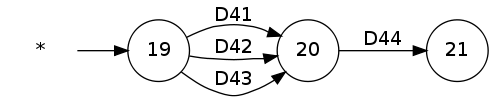
The Graphviz diagram Trabajos/T3/img/grafo_inicial_pruebas.png in srug86/pgsiesi, before a commit. Its source is kept beside it as Trabajos/T3/img/grafo_inicial_pruebas.dot. Source of this version:
```dot
digraph grafo_inicial {
	rankdir = LR;
	"*" [shape=plaintext]
	node [shape = circle];
	"*" -> 19;
	19 -> 20 [label = "D41"];
	19 -> 20 [label = "D42"];
	19 -> 20 [label = "D43"];
	20 -> 21 [label = "D44"];
}
```
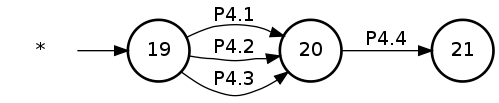
Above is the later version.

The edit, as a diff of the source:
```diff
@@ -1,10 +1,10 @@
 digraph grafo_inicial {
 	rankdir = LR;
 	"*" [shape=plaintext]
-	node [shape = circle];
+	node [shape = circle style=bold];
 	"*" -> 19;
-	19 -> 20 [label = "D41"];
-	19 -> 20 [label = "D42"];
-	19 -> 20 [label = "D43"];
-	20 -> 21 [label = "D44"];
+	19 -> 20 [label = "P4.1"];
+	19 -> 20 [label = "P4.2"];
+	19 -> 20 [label = "P4.3"];
+	20 -> 21 [label = "P4.4"];
 }
```
